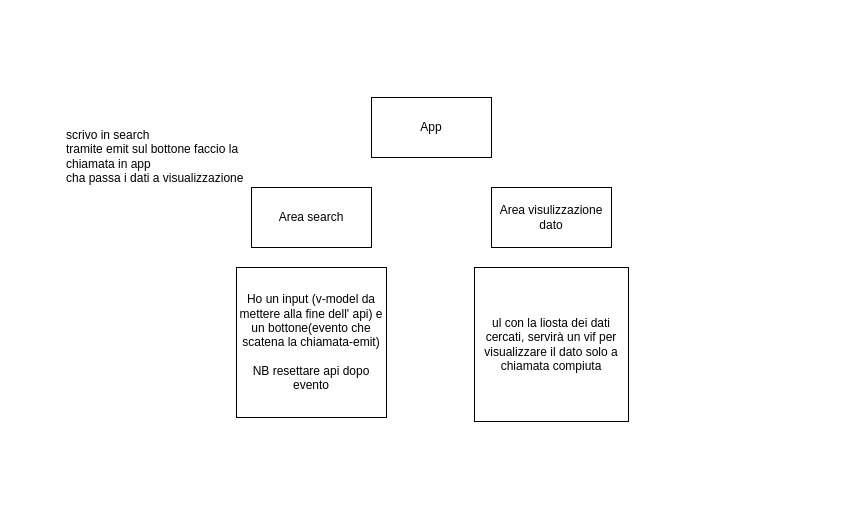
The draw.io diagram diagram-template.drawio in CaldatoLuca/vite-boolflix, before the edit. Source tidied: cells renumbered, new cells numbered last; positions are measured from the earlier drawing's top-left corner, leaving out a move shared by most shapes. Both pictures are drawn from the tidied source at 100%, with x=0, y=0 at pixel (61, 77).
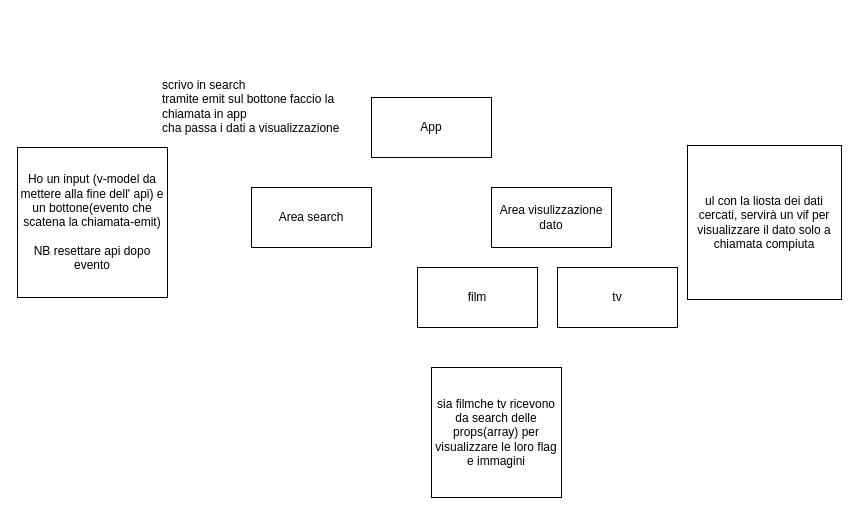
The same diagram, later.

Commit message (it also covers changes not shown here):
aggiornamento diagram

Diff of the diagram source:
```diff
@@
 <mxGraphModel>
   <root>
     <mxCell id="0" />
     <mxCell id="1" parent="0" />
     <mxCell id="2" value="App" style="rounded=0;whiteSpace=wrap;html=1;" parent="1" vertex="1">
       <mxGeometry x="310" y="20" width="120" height="60" as="geometry" />
     </mxCell>
     <mxCell id="3" value="Area search" style="rounded=0;whiteSpace=wrap;html=1;" parent="1" vertex="1">
       <mxGeometry x="190" y="110" width="120" height="60" as="geometry" />
     </mxCell>
     <mxCell id="4" value="Area visulizzazione dato" style="rounded=0;whiteSpace=wrap;html=1;" parent="1" vertex="1">
       <mxGeometry x="430" y="110" width="120" height="60" as="geometry" />
     </mxCell>
     <mxCell id="5" value="Ho un input (v-model da mettere alla fine dell' api) e un bottone(evento che scatena la chiamata-emit)&lt;br&gt;&lt;br&gt;NB resettare api dopo evento" style="whiteSpace=wrap;html=1;" parent="1" vertex="1">
-      <mxGeometry x="175" y="190" width="150" height="150" as="geometry" />
+      <mxGeometry x="-44" y="70" width="150" height="150" as="geometry" />
     </mxCell>
     <mxCell id="6" value="ul con la liosta dei dati cercati, servirà un vif per visualizzare il dato solo a chiamata compiuta" style="whiteSpace=wrap;html=1;" parent="1" vertex="1">
-      <mxGeometry x="413" y="190" width="154" height="154" as="geometry" />
+      <mxGeometry x="626" y="68" width="154" height="154" as="geometry" />
     </mxCell>
     <mxCell id="7" value="&lt;h1&gt;&lt;br&gt;&lt;/h1&gt;&lt;div&gt;scrivo in search&lt;/div&gt;&lt;div&gt;tramite emit sul bottone faccio la chiamata in app&lt;/div&gt;&lt;div&gt;cha passa i dati a visualizzazione&lt;/div&gt;" style="text;html=1;strokeColor=none;fillColor=none;spacing=5;spacingTop=-20;whiteSpace=wrap;overflow=hidden;rounded=0;" parent="1" vertex="1">
-      <mxGeometry width="190" height="120" as="geometry" />
+      <mxGeometry x="96" y="-50" width="190" height="120" as="geometry" />
     </mxCell>
+    <mxCell id="8" value="film" style="rounded=0;whiteSpace=wrap;html=1;" parent="1" vertex="1">
+      <mxGeometry x="356" y="190" width="120" height="60" as="geometry" />
+    </mxCell>
+    <mxCell id="9" value="tv" style="rounded=0;whiteSpace=wrap;html=1;" parent="1" vertex="1">
+      <mxGeometry x="496" y="190" width="120" height="60" as="geometry" />
+    </mxCell>
+    <mxCell id="10" value="sia filmche tv ricevono da search delle props(array) per visualizzare le loro flag e immagini" style="whiteSpace=wrap;html=1;" parent="1" vertex="1">
+      <mxGeometry x="370" y="290" width="130" height="130" as="geometry" />
+    </mxCell>
   </root>
 </mxGraphModel>
```
